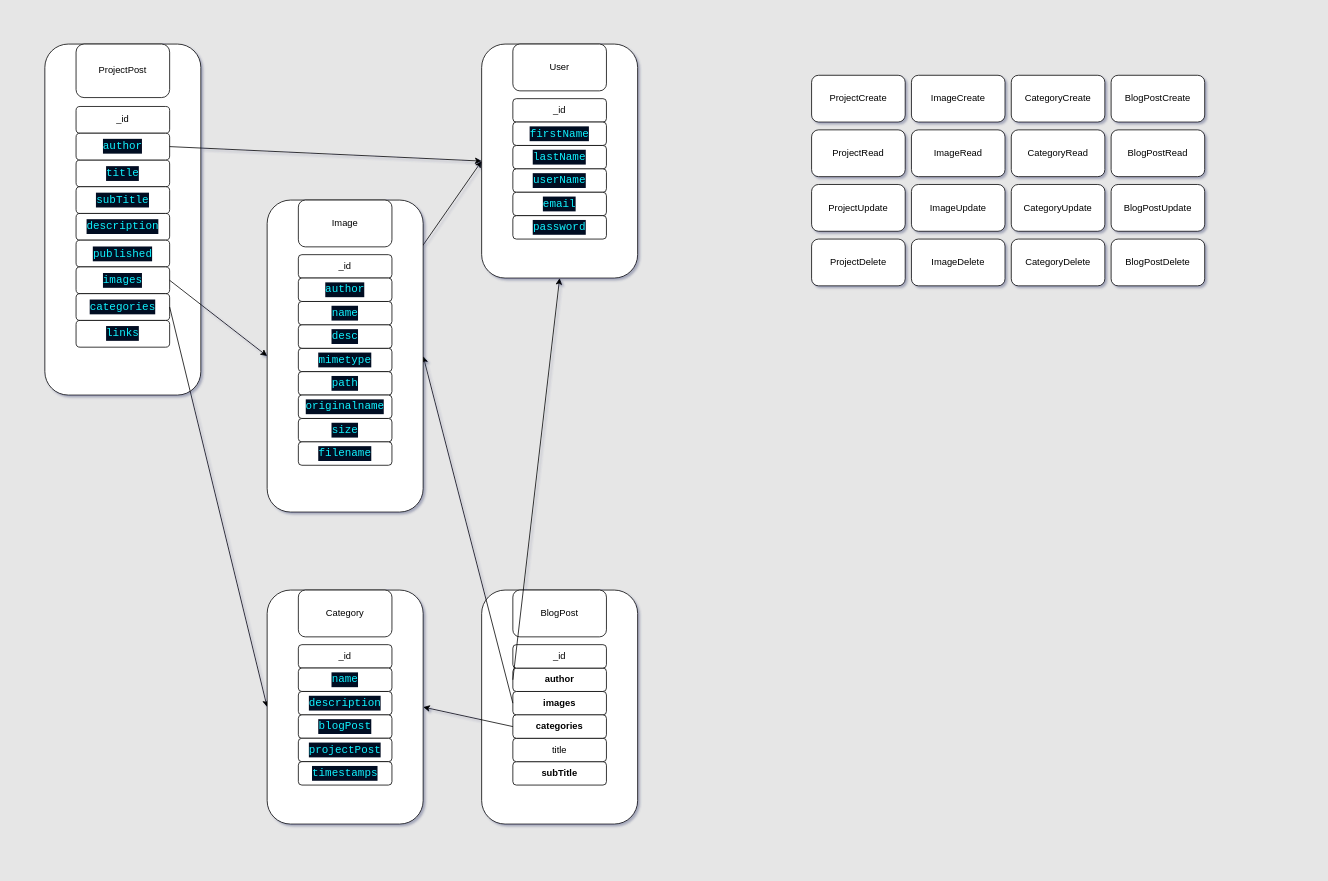
The draw.io diagram backend/data/test.drawio in takuhartley/official-portfolio, before the edit. Source tidied: cells renumbered, new cells numbered last; positions are measured from the earlier drawing's top-left corner, leaving out a move shared by most shapes. Both pictures are drawn from the tidied source at 78%, with x=0, y=0 at pixel (44, 44).
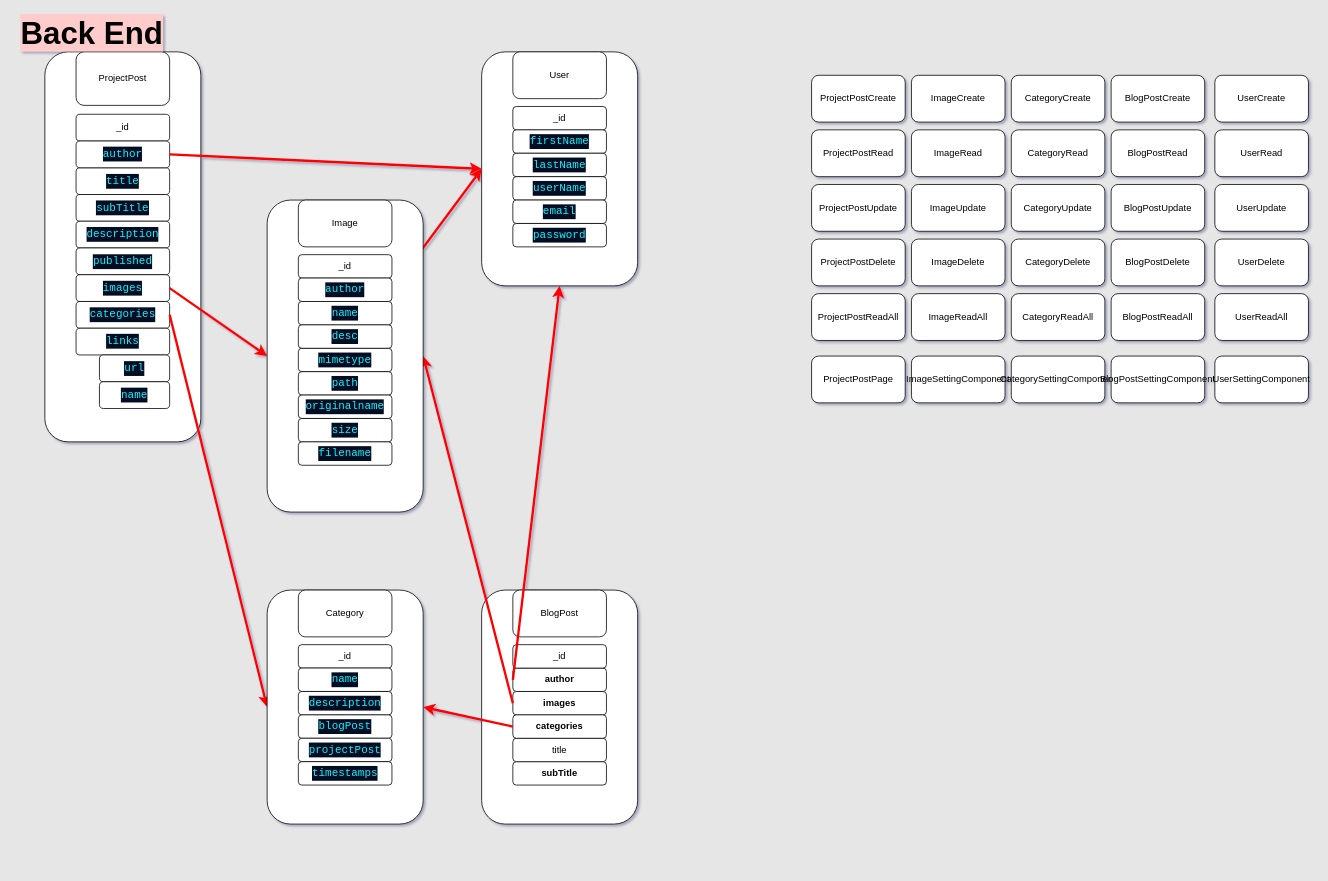
The same diagram, later.

Unchanged cells that the change refers to:
```xml
<mxCell id="26" value="&lt;div style=&quot;color: rgb(253 , 254 , 255) ; background-color: rgb(3 , 13 , 34) ; font-family: &amp;#34;consolas&amp;#34; , &amp;#34;courier new&amp;#34; , monospace ; font-weight: normal ; font-size: 14px ; line-height: 19px&quot;&gt;&lt;span style=&quot;color: #0ef3ff&quot;&gt;images&lt;/span&gt;&lt;/div&gt;" style="rounded=1;whiteSpace=wrap;html=1;fontStyle=1;" parent="18" vertex="1">
  <mxGeometry x="40" y="285.7" width="120" height="34.3" as="geometry" />
</mxCell>
<mxCell id="27" value="&lt;div style=&quot;color: rgb(253 , 254 , 255) ; background-color: rgb(3 , 13 , 34) ; font-family: &amp;#34;consolas&amp;#34; , &amp;#34;courier new&amp;#34; , monospace ; font-weight: normal ; font-size: 14px ; line-height: 19px&quot;&gt;&lt;span style=&quot;color: #0ef3ff&quot;&gt;author&lt;/span&gt;&lt;/div&gt;" style="rounded=1;whiteSpace=wrap;html=1;fontStyle=1;" parent="18" vertex="1">
  <mxGeometry x="40" y="114.3" width="120" height="34.3" as="geometry" />
</mxCell>
<mxCell id="28" value="&lt;div style=&quot;color: rgb(253 , 254 , 255) ; background-color: rgb(3 , 13 , 34) ; font-family: &amp;#34;consolas&amp;#34; , &amp;#34;courier new&amp;#34; , monospace ; font-weight: normal ; font-size: 14px ; line-height: 19px&quot;&gt;&lt;div style=&quot;font-family: &amp;#34;consolas&amp;#34; , &amp;#34;courier new&amp;#34; , monospace ; line-height: 19px&quot;&gt;&lt;span style=&quot;color: #0ef3ff&quot;&gt;categories&lt;/span&gt;&lt;/div&gt;&lt;/div&gt;" style="rounded=1;whiteSpace=wrap;html=1;fontStyle=1;" parent="18" vertex="1">
  <mxGeometry x="40" y="320" width="120" height="34.3" as="geometry" />
</mxCell>
<mxCell id="36" value="images" style="rounded=1;whiteSpace=wrap;html=1;fontStyle=1;" parent="31" vertex="1">
  <mxGeometry x="40" y="130" width="120" height="30" as="geometry" />
</mxCell>
<mxCell id="37" value="categories" style="rounded=1;whiteSpace=wrap;html=1;fontStyle=1;" parent="31" vertex="1">
  <mxGeometry x="40" y="160" width="120" height="30" as="geometry" />
</mxCell>
<mxCell id="38" value="author" style="rounded=1;whiteSpace=wrap;html=1;fontStyle=1;" parent="31" vertex="1">
  <mxGeometry x="40" y="100" width="120" height="30" as="geometry" />
</mxCell>
<mxCell id="42" style="rounded=1;whiteSpace=wrap;html=1;" parent="41" vertex="1">
  <mxGeometry width="200" height="300" as="geometry" />
</mxCell>
<mxCell id="55" style="group;rounded=1;" parent="1" vertex="1">
  <mxGeometry x="285" y="200" width="200" height="400" as="geometry" />
</mxCell>
<mxCell id="56" style="rounded=1;whiteSpace=wrap;html=1;" parent="55" vertex="1">
  <mxGeometry width="200" height="400" as="geometry" />
</mxCell>
<mxCell id="66" value="&lt;div style=&quot;color: rgb(253 , 254 , 255) ; background-color: rgb(3 , 13 , 34) ; font-family: &amp;#34;consolas&amp;#34; , &amp;#34;courier new&amp;#34; , monospace ; font-weight: normal ; font-size: 14px ; line-height: 19px&quot;&gt;&lt;span style=&quot;color: #0ef3ff&quot;&gt;author&lt;/span&gt;&lt;/div&gt;" style="rounded=1;whiteSpace=wrap;html=1;fontStyle=1;" parent="55" vertex="1">
  <mxGeometry x="40" y="100" width="120" height="30" as="geometry" />
</mxCell>
<mxCell id="68" style="rounded=1;whiteSpace=wrap;html=1;" parent="67" vertex="1">
  <mxGeometry width="200" height="300" as="geometry" />
</mxCell>
```

What changed in the source:
```diff
@@
-    <mxCell id="6" value="ProjectCreate" style="rounded=1;whiteSpace=wrap;html=1;" parent="1" vertex="1">
+    <mxCell id="6" value="ProjectPostCreate" style="rounded=1;whiteSpace=wrap;html=1;" parent="1" vertex="1">
       <mxGeometry x="983" y="40" width="120" height="60" as="geometry" />
     </mxCell>
-    <mxCell id="7" value="ProjectRead" style="rounded=1;whiteSpace=wrap;html=1;" parent="1" vertex="1">
+    <mxCell id="7" value="ProjectPostRead" style="rounded=1;whiteSpace=wrap;html=1;" parent="1" vertex="1">
       <mxGeometry x="983" y="110" width="120" height="60" as="geometry" />
     </mxCell>
-    <mxCell id="8" value="ProjectUpdate" style="rounded=1;whiteSpace=wrap;html=1;" parent="1" vertex="1">
+    <mxCell id="8" value="ProjectPostUpdate" style="rounded=1;whiteSpace=wrap;html=1;" parent="1" vertex="1">
       <mxGeometry x="983" y="180" width="120" height="60" as="geometry" />
     </mxCell>
-    <mxCell id="9" value="ProjectDelete" style="rounded=1;whiteSpace=wrap;html=1;" parent="1" vertex="1">
+    <mxCell id="9" value="ProjectPostDelete" style="rounded=1;whiteSpace=wrap;html=1;" parent="1" vertex="1">
       <mxGeometry x="983" y="250" width="120" height="60" as="geometry" />
     </mxCell>
@@
     <mxCell id="18" style="group;rounded=1;" parent="1" vertex="1">
-      <mxGeometry width="200" height="450" as="geometry" />
+      <mxGeometry y="10" width="200" height="500" as="geometry" />
     </mxCell>
     <mxCell id="19" style="rounded=1;whiteSpace=wrap;html=1;" parent="18" vertex="1">
-      <mxGeometry width="200" height="450" as="geometry" />
+      <mxGeometry width="200" height="500" as="geometry" />
     </mxCell>
@@
+    <mxCell id="77" value="&lt;div style=&quot;color: rgb(253 , 254 , 255) ; background-color: rgb(3 , 13 , 34) ; font-family: &amp;#34;consolas&amp;#34; , &amp;#34;courier new&amp;#34; , monospace ; font-weight: normal ; font-size: 14px ; line-height: 19px&quot;&gt;&lt;div style=&quot;font-family: &amp;#34;consolas&amp;#34; , &amp;#34;courier new&amp;#34; , monospace ; line-height: 19px&quot;&gt;&lt;span style=&quot;color: #0ef3ff&quot;&gt;url&lt;/span&gt;&lt;/div&gt;&lt;/div&gt;" style="rounded=1;whiteSpace=wrap;html=1;fontStyle=1;" parent="18" vertex="1">
+      <mxGeometry x="70" y="388.6" width="90" height="34.3" as="geometry" />
+    </mxCell>
+    <mxCell id="78" value="&lt;div style=&quot;color: rgb(253 , 254 , 255) ; background-color: rgb(3 , 13 , 34) ; font-family: &amp;#34;consolas&amp;#34; , &amp;#34;courier new&amp;#34; , monospace ; font-weight: normal ; font-size: 14px ; line-height: 19px&quot;&gt;&lt;div style=&quot;font-family: &amp;#34;consolas&amp;#34; , &amp;#34;courier new&amp;#34; , monospace ; line-height: 19px&quot;&gt;&lt;span style=&quot;color: #0ef3ff&quot;&gt;name&lt;/span&gt;&lt;/div&gt;&lt;/div&gt;" style="rounded=1;whiteSpace=wrap;html=1;fontStyle=1;" parent="18" vertex="1">
+      <mxGeometry x="70" y="422.9" width="90" height="34.3" as="geometry" />
+    </mxCell>
-    <mxCell id="30" style="edgeStyle=none;html=1;entryX=0;entryY=0.5;entryDx=0;entryDy=0;exitX=1;exitY=0.5;exitDx=0;exitDy=0;rounded=1;strokeColor=#000000;" parent="1" edge="1" source="28" target="68">
+    <mxCell id="30" style="edgeStyle=none;html=1;entryX=0;entryY=0.5;entryDx=0;entryDy=0;exitX=1;exitY=0.5;exitDx=0;exitDy=0;rounded=1;strokeColor=#FF0000;labelBorderColor=#FF3333;strokeWidth=3;fillColor=#a20025;" parent="1" edge="1" source="28" target="68">
       <mxGeometry relative="1" as="geometry" />
     </mxCell>
@@
     <mxCell id="41" style="group;rounded=1;" parent="1" vertex="1">
-      <mxGeometry x="560" width="200" height="300" as="geometry" />
+      <mxGeometry x="560" y="10" width="200" height="300" as="geometry" />
     </mxCell>
@@
-    <mxCell id="50" style="edgeStyle=none;html=1;exitX=1;exitY=0.5;exitDx=0;exitDy=0;entryX=0;entryY=0.5;entryDx=0;entryDy=0;rounded=1;strokeColor=#000000;" parent="1" edge="1" source="26" target="56">
+    <mxCell id="50" style="edgeStyle=none;html=1;exitX=1;exitY=0.5;exitDx=0;exitDy=0;entryX=0;entryY=0.5;entryDx=0;entryDy=0;rounded=1;strokeColor=#FF0000;labelBorderColor=#FF3333;strokeWidth=3;fillColor=#a20025;" parent="1" edge="1" source="26" target="56">
       <mxGeometry relative="1" as="geometry" />
     </mxCell>
-    <mxCell id="51" style="edgeStyle=none;html=1;exitX=1;exitY=0.5;exitDx=0;exitDy=0;entryX=0;entryY=0.5;entryDx=0;entryDy=0;rounded=1;strokeColor=#000000;" parent="1" edge="1" source="66" target="42">
+    <mxCell id="51" style="edgeStyle=none;html=1;exitX=1;exitY=0.5;exitDx=0;exitDy=0;entryX=0;entryY=0.5;entryDx=0;entryDy=0;rounded=1;strokeColor=#FF0000;strokeWidth=3;fillColor=#a20025;" parent="1" edge="1" source="66" target="42">
       <mxGeometry relative="1" as="geometry" />
     </mxCell>
-    <mxCell id="52" style="edgeStyle=none;html=1;exitX=0;exitY=0.5;exitDx=0;exitDy=0;entryX=0.5;entryY=1;entryDx=0;entryDy=0;rounded=1;strokeColor=#000000;" parent="1" edge="1" source="38" target="42">
+    <mxCell id="52" style="edgeStyle=none;html=1;exitX=0;exitY=0.5;exitDx=0;exitDy=0;entryX=0.5;entryY=1;entryDx=0;entryDy=0;rounded=1;strokeColor=#FF0000;labelBorderColor=#FF3333;strokeWidth=3;fillColor=#a20025;" parent="1" edge="1" source="38" target="42">
       <mxGeometry relative="1" as="geometry" />
     </mxCell>
-    <mxCell id="53" style="edgeStyle=none;html=1;entryX=1;entryY=0.5;entryDx=0;entryDy=0;exitX=0;exitY=0.5;exitDx=0;exitDy=0;exitPerimeter=0;rounded=1;strokeColor=#000000;" parent="1" edge="1" source="37" target="68">
+    <mxCell id="53" style="edgeStyle=none;html=1;entryX=1;entryY=0.5;entryDx=0;entryDy=0;exitX=0;exitY=0.5;exitDx=0;exitDy=0;exitPerimeter=0;rounded=1;strokeColor=#FF0000;labelBorderColor=#FF3333;strokeWidth=3;fillColor=#a20025;" parent="1" edge="1" source="37" target="68">
       <mxGeometry relative="1" as="geometry" />
     </mxCell>
-    <mxCell id="54" style="edgeStyle=none;html=1;entryX=1;entryY=0.5;entryDx=0;entryDy=0;exitX=0;exitY=0.5;exitDx=0;exitDy=0;rounded=1;strokeColor=#000000;" parent="1" edge="1" source="36" target="56">
+    <mxCell id="54" style="edgeStyle=none;html=1;entryX=1;entryY=0.5;entryDx=0;entryDy=0;exitX=0;exitY=0.5;exitDx=0;exitDy=0;rounded=1;strokeColor=#FF0000;labelBorderColor=#FF3333;strokeWidth=3;fillColor=#a20025;" parent="1" edge="1" source="36" target="56">
       <mxGeometry relative="1" as="geometry" />
     </mxCell>
@@
-    <mxCell id="64" value="&#10;&#10;&lt;div style=&quot;color: rgb(253, 254, 255); background-color: rgb(3, 13, 34); font-family: consolas, &amp;quot;courier new&amp;quot;, monospace; font-weight: normal; font-size: 14px; line-height: 19px;&quot;&gt;&lt;div&gt;&lt;span style=&quot;color: #0ef3ff&quot;&gt;filename&lt;/span&gt;&lt;/div&gt;&lt;/div&gt;&#10;&#10;" style="rounded=1;whiteSpace=wrap;html=1;fontStyle=0;" parent="55" vertex="1">
-      <mxGeometry x="40" y="310" width="120" height="30" as="geometry" />
-    </mxCell>
@@
+    <mxCell id="64" value="&lt;div style=&quot;color: rgb(253 , 254 , 255) ; background-color: rgb(3 , 13 , 34) ; font-family: &amp;#34;consolas&amp;#34; , &amp;#34;courier new&amp;#34; , monospace ; font-weight: normal ; font-size: 14px ; line-height: 19px&quot;&gt;&lt;span style=&quot;color: #0ef3ff&quot;&gt;filename&lt;/span&gt;&lt;/div&gt;" style="rounded=1;whiteSpace=wrap;html=1;fontStyle=1;" parent="55" vertex="1">
+      <mxGeometry x="40" y="310" width="120" height="30" as="geometry" />
+    </mxCell>
@@
-    <mxCell id="76" style="edgeStyle=none;html=1;exitX=1;exitY=0.5;exitDx=0;exitDy=0;entryX=0;entryY=0.5;entryDx=0;entryDy=0;rounded=1;strokeColor=#000000;" parent="1" edge="1" source="27" target="42">
+    <mxCell id="76" style="edgeStyle=none;html=1;exitX=1;exitY=0.5;exitDx=0;exitDy=0;entryX=0;entryY=0.5;entryDx=0;entryDy=0;rounded=1;strokeColor=#FF0000;labelBorderColor=#FF3333;strokeWidth=3;fillColor=#a20025;" parent="1" edge="1" source="27" target="42">
       <mxGeometry relative="1" as="geometry" />
     </mxCell>
+    <mxCell id="79" value="ImageReadAll" style="rounded=1;whiteSpace=wrap;html=1;" parent="1" vertex="1">
+      <mxGeometry x="1111" y="320" width="120" height="60" as="geometry" />
+    </mxCell>
+    <mxCell id="80" value="ProjectPostReadAll" style="rounded=1;whiteSpace=wrap;html=1;" parent="1" vertex="1">
+      <mxGeometry x="983" y="320" width="120" height="60" as="geometry" />
+    </mxCell>
+    <mxCell id="81" value="CategoryReadAll" style="rounded=1;whiteSpace=wrap;html=1;" parent="1" vertex="1">
+      <mxGeometry x="1239" y="320" width="120" height="60" as="geometry" />
+    </mxCell>
+    <mxCell id="82" value="BlogPostReadAll" style="rounded=1;whiteSpace=wrap;html=1;" parent="1" vertex="1">
+      <mxGeometry x="1367" y="320" width="120" height="60" as="geometry" />
+    </mxCell>
+    <mxCell id="83" value="&lt;font color=&quot;#000000&quot; style=&quot;font-size: 40px&quot;&gt;&lt;b&gt;Back End&lt;/b&gt;&lt;/font&gt;" style="text;html=1;align=center;verticalAlign=middle;fillColor=none;strokeColor=none;rounded=0;labelBackgroundColor=#FFCCCC;" parent="1" vertex="1">
+      <mxGeometry x="-40" y="-30" width="200" height="30" as="geometry" />
+    </mxCell>
+    <mxCell id="84" value="ProjectPostPage" style="rounded=1;whiteSpace=wrap;html=1;" parent="1" vertex="1">
+      <mxGeometry x="983" y="400" width="120" height="60" as="geometry" />
+    </mxCell>
+    <mxCell id="85" value="ImageSettingComponent" style="rounded=1;whiteSpace=wrap;html=1;" parent="1" vertex="1">
+      <mxGeometry x="1111" y="400" width="120" height="60" as="geometry" />
+    </mxCell>
+    <mxCell id="86" value="CategorySettingComponent" style="rounded=1;whiteSpace=wrap;html=1;" parent="1" vertex="1">
+      <mxGeometry x="1239" y="400" width="120" height="60" as="geometry" />
+    </mxCell>
+    <mxCell id="87" value="BlogPostSettingComponent" style="rounded=1;whiteSpace=wrap;html=1;" parent="1" vertex="1">
+      <mxGeometry x="1367" y="400" width="120" height="60" as="geometry" />
+    </mxCell>
+    <mxCell id="88" value="UserCreate" style="rounded=1;whiteSpace=wrap;html=1;" parent="1" vertex="1">
+      <mxGeometry x="1500" y="40" width="120" height="60" as="geometry" />
+    </mxCell>
+    <mxCell id="89" value="UserRead" style="rounded=1;whiteSpace=wrap;html=1;" parent="1" vertex="1">
+      <mxGeometry x="1500" y="110" width="120" height="60" as="geometry" />
+    </mxCell>
+    <mxCell id="90" value="UserUpdate" style="rounded=1;whiteSpace=wrap;html=1;" parent="1" vertex="1">
+      <mxGeometry x="1500" y="180" width="120" height="60" as="geometry" />
+    </mxCell>
+    <mxCell id="91" value="UserDelete" style="rounded=1;whiteSpace=wrap;html=1;" parent="1" vertex="1">
+      <mxGeometry x="1500" y="250" width="120" height="60" as="geometry" />
+    </mxCell>
+    <mxCell id="92" value="UserReadAll" style="rounded=1;whiteSpace=wrap;html=1;" parent="1" vertex="1">
+      <mxGeometry x="1500" y="320" width="120" height="60" as="geometry" />
+    </mxCell>
+    <mxCell id="93" value="UserSettingComponent" style="rounded=1;whiteSpace=wrap;html=1;" parent="1" vertex="1">
+      <mxGeometry x="1500" y="400" width="120" height="60" as="geometry" />
+    </mxCell>
```
